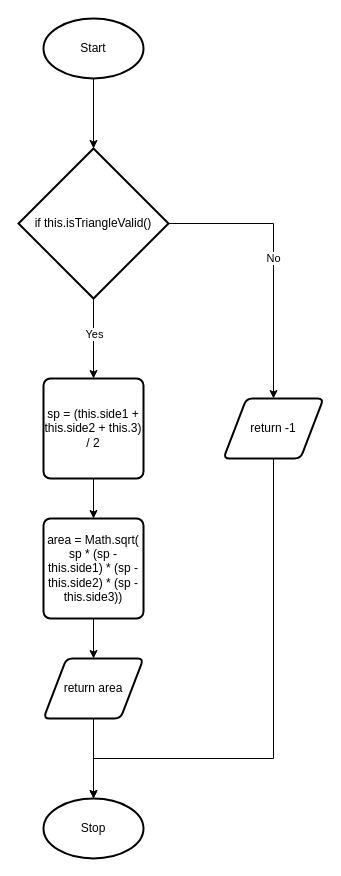
dbcalitis/ics4u-assignment3-typescript keeps this draw.io diagram as Design/Assignment3-getArea.drawio. Above is the earlier version. Source tidied: cells renumbered, new cells numbered last; positions are measured from the earlier drawing's top-left corner, leaving out a move shared by most shapes. Both pictures are drawn from the tidied source at 100%, with x=0, y=0 at pixel (18, 18).
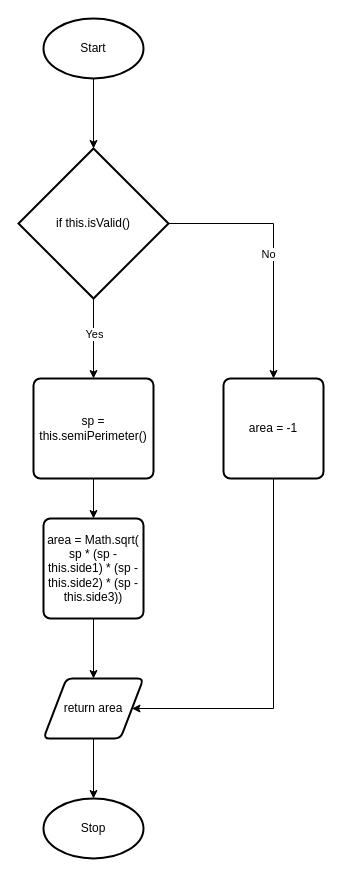
After the change.

The edit, as a diff of the source:
```diff
@@
 <mxGraphModel>
   <root>
     <mxCell id="0" />
     <mxCell id="1" parent="0" />
     <mxCell id="2" style="edgeStyle=orthogonalEdgeStyle;html=1;exitX=0.5;exitY=1;exitDx=0;exitDy=0;exitPerimeter=0;" parent="1" edge="1" source="3" target="8">
       <mxGeometry relative="1" as="geometry" />
     </mxCell>
     <mxCell id="3" value="Start" style="strokeWidth=2;html=1;shape=mxgraph.flowchart.start_1;whiteSpace=wrap;" parent="1" vertex="1">
       <mxGeometry x="25" width="100" height="60" as="geometry" />
     </mxCell>
     <mxCell id="4" style="edgeStyle=orthogonalEdgeStyle;html=1;exitX=0.5;exitY=1;exitDx=0;exitDy=0;exitPerimeter=0;entryX=0.5;entryY=0;entryDx=0;entryDy=0;" parent="1" edge="1" source="8" target="10">
       <mxGeometry relative="1" as="geometry" />
     </mxCell>
     <mxCell id="5" value="Yes" style="edgeLabel;html=1;align=center;verticalAlign=middle;" parent="4" vertex="1">
       <mxGeometry x="-0.13" relative="1" as="geometry" />
     </mxCell>
-    <mxCell id="6" style="edgeStyle=orthogonalEdgeStyle;html=1;exitX=1;exitY=0.5;exitDx=0;exitDy=0;exitPerimeter=0;entryX=0.5;entryY=0;entryDx=0;entryDy=0;rounded=0;" parent="1" edge="1" source="8" target="16">
-      <mxGeometry relative="1" as="geometry" />
-    </mxCell>
+    <mxCell id="18" style="edgeStyle=orthogonalEdgeStyle;html=1;exitX=1;exitY=0.5;exitDx=0;exitDy=0;exitPerimeter=0;entryX=0.5;entryY=0;entryDx=0;entryDy=0;rounded=0;" parent="1" edge="1" source="8" target="20">
+      <mxGeometry relative="1" as="geometry" />
+    </mxCell>
-    <mxCell id="7" value="No" style="edgeLabel;html=1;align=center;verticalAlign=middle;" parent="6" vertex="1">
-      <mxGeometry x="-0.01" y="-1" relative="1" as="geometry" />
+    <mxCell id="7" value="No" style="edgeLabel;html=1;align=center;verticalAlign=middle;" parent="18" vertex="1">
+      <mxGeometry x="0.04" y="-6" relative="1" as="geometry" />
     </mxCell>
-    <mxCell id="8" value="if this.isTriangleValid()" style="strokeWidth=2;html=1;shape=mxgraph.flowchart.decision;whiteSpace=wrap;" parent="1" vertex="1">
+    <mxCell id="8" value="if this.isValid()" style="strokeWidth=2;html=1;shape=mxgraph.flowchart.decision;whiteSpace=wrap;" parent="1" vertex="1">
       <mxGeometry y="130" width="150" height="150" as="geometry" />
     </mxCell>
     <mxCell id="9" style="edgeStyle=orthogonalEdgeStyle;html=1;exitX=0.5;exitY=1;exitDx=0;exitDy=0;entryX=0;entryY=0.5;entryDx=0;entryDy=0;" parent="1" edge="1" source="10" target="12">
       <mxGeometry relative="1" as="geometry" />
     </mxCell>
-    <mxCell id="10" value="sp = (this.side1 + this.side2 + this.3) / 2" style="rounded=1;whiteSpace=wrap;html=1;absoluteArcSize=1;arcSize=14;strokeWidth=2;" parent="1" vertex="1">
-      <mxGeometry x="25" y="360" width="100" height="100" as="geometry" />
+    <mxCell id="10" value="sp = this.semiPerimeter()" style="rounded=1;whiteSpace=wrap;html=1;absoluteArcSize=1;arcSize=14;strokeWidth=2;" parent="1" vertex="1">
+      <mxGeometry x="15" y="360" width="120" height="100" as="geometry" />
     </mxCell>
     <mxCell id="11" style="edgeStyle=orthogonalEdgeStyle;html=1;exitX=1;exitY=0.5;exitDx=0;exitDy=0;entryX=0.5;entryY=0;entryDx=0;entryDy=0;" parent="1" edge="1" source="12" target="14">
       <mxGeometry relative="1" as="geometry" />
     </mxCell>
     <mxCell id="12" value="area = Math.sqrt(&lt;br&gt;sp * (sp - this.side1) * (sp - this.side2) * (sp - this.side3))" style="rounded=1;whiteSpace=wrap;html=1;absoluteArcSize=1;arcSize=14;strokeWidth=2;direction=south;" parent="1" vertex="1">
       <mxGeometry x="25" y="500" width="100" height="100" as="geometry" />
     </mxCell>
     <mxCell id="13" style="edgeStyle=orthogonalEdgeStyle;rounded=0;html=1;exitX=0.5;exitY=1;exitDx=0;exitDy=0;" parent="1" edge="1" source="14" target="17">
       <mxGeometry relative="1" as="geometry" />
     </mxCell>
     <mxCell id="14" value="return area" style="shape=parallelogram;html=1;strokeWidth=2;perimeter=parallelogramPerimeter;whiteSpace=wrap;rounded=1;arcSize=12;size=0.23;" parent="1" vertex="1">
-      <mxGeometry x="25" y="640" width="100" height="60" as="geometry" />
+      <mxGeometry x="25" y="660" width="100" height="60" as="geometry" />
     </mxCell>
-    <mxCell id="15" style="edgeStyle=orthogonalEdgeStyle;rounded=0;html=1;exitX=0.5;exitY=1;exitDx=0;exitDy=0;" parent="1" edge="1" source="16" target="17">
-      <mxGeometry relative="1" as="geometry">
-        <Array as="points">
-          <mxPoint x="255" y="740" />
-          <mxPoint x="75" y="740" />
-        </Array>
-      </mxGeometry>
-    </mxCell>
-    <mxCell id="16" value="return -1" style="shape=parallelogram;html=1;strokeWidth=2;perimeter=parallelogramPerimeter;whiteSpace=wrap;rounded=1;arcSize=12;size=0.23;" parent="1" vertex="1">
-      <mxGeometry x="205" y="380" width="100" height="60" as="geometry" />
-    </mxCell>
     <mxCell id="17" value="Stop" style="strokeWidth=2;html=1;shape=mxgraph.flowchart.start_1;whiteSpace=wrap;" parent="1" vertex="1">
       <mxGeometry x="25" y="780" width="100" height="60" as="geometry" />
     </mxCell>
+    <mxCell id="19" style="edgeStyle=orthogonalEdgeStyle;rounded=0;html=1;exitX=0.5;exitY=1;exitDx=0;exitDy=0;entryX=1;entryY=0.5;entryDx=0;entryDy=0;" parent="1" edge="1" source="20" target="14">
+      <mxGeometry relative="1" as="geometry">
+        <Array as="points">
+          <mxPoint x="255" y="690" />
+        </Array>
+      </mxGeometry>
+    </mxCell>
+    <mxCell id="20" value="area = -1" style="rounded=1;whiteSpace=wrap;html=1;absoluteArcSize=1;arcSize=14;strokeWidth=2;" parent="1" vertex="1">
+      <mxGeometry x="205" y="360" width="100" height="100" as="geometry" />
+    </mxCell>
   </root>
 </mxGraphModel>
```
